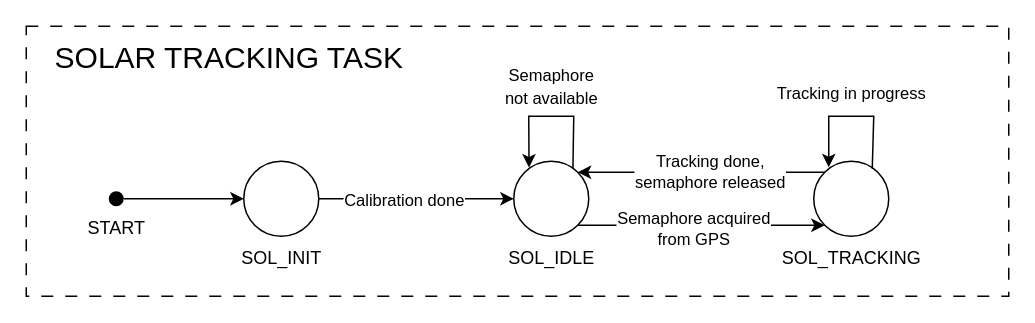
Before: a07g_images/solar_fsm.drawio in ese5160/final-project-a07g-a14g-t02-a-p-a-t-h-y, a draw.io diagram. Source tidied: cells renumbered, new cells numbered last; positions are measured from the earlier drawing's top-left corner, leaving out a move shared by most shapes. Both pictures are drawn from the tidied source at 150%, with x=0, y=0 at pixel (26, 26).
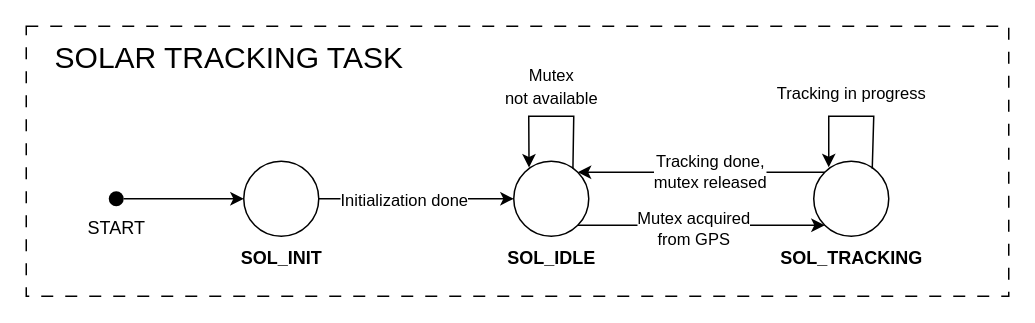
Above is the later version.

Commit message (it also covers changes not shown here):
upated gps, solar fsms

The change refers to these unchanged cells:
```xml
<mxCell id="9" style="endArrow=classic;html=1;rounded=0;exitX=1;exitY=0.5;exitDx=0;exitDy=0;entryX=0;entryY=0.5;entryDx=0;entryDy=0;" parent="1" edge="1" source="4" target="8">
  <mxGeometry relative="1" as="geometry" />
</mxCell>
<mxCell id="13" style="endArrow=classic;html=1;rounded=0;entryX=0;entryY=1;entryDx=0;entryDy=0;exitX=1;exitY=1;exitDx=0;exitDy=0;" parent="1" edge="1" source="8" target="12">
  <mxGeometry relative="1" as="geometry" />
</mxCell>
<mxCell id="15" style="endArrow=classic;html=1;rounded=0;exitX=0;exitY=0;exitDx=0;exitDy=0;entryX=1;entryY=0;entryDx=0;entryDy=0;" parent="1" edge="1" source="12" target="8">
  <mxGeometry relative="1" as="geometry" />
</mxCell>
```

Diff of the diagram source:
```diff
@@
-    <mxCell id="6" value="SOL_INIT" style="text;html=1;align=center;verticalAlign=middle;strokeColor=none;fillColor=none;" parent="1" vertex="1">
+    <mxCell id="6" value="SOL_INIT" style="text;html=1;align=center;verticalAlign=middle;strokeColor=none;fillColor=none;fontStyle=1;" parent="1" vertex="1">
       <mxGeometry x="130" y="140" width="80" height="30" as="geometry" />
     </mxCell>
@@
-    <mxCell id="10" value="Calibration done" style="edgeLabel;html=1;align=center;verticalAlign=middle;" parent="9" vertex="1">
+    <mxCell id="10" value="Initialization done" style="edgeLabel;html=1;align=center;verticalAlign=middle;" parent="9" vertex="1">
       <mxGeometry x="-0.27" y="1" relative="1" as="geometry">
         <mxPoint x="9" y="1" as="offset" />
       </mxGeometry>
     </mxCell>
-    <mxCell id="11" value="SOL_IDLE" style="text;html=1;align=center;verticalAlign=middle;strokeColor=none;fillColor=none;" parent="1" vertex="1">
+    <mxCell id="11" value="SOL_IDLE" style="text;html=1;align=center;verticalAlign=middle;strokeColor=none;fillColor=none;fontStyle=1;" parent="1" vertex="1">
       <mxGeometry x="310" y="140" width="80" height="30" as="geometry" />
     </mxCell>
@@
-    <mxCell id="14" value="Semaphore acquired&lt;div&gt;from GPS&lt;/div&gt;" style="edgeLabel;html=1;align=center;verticalAlign=middle;" parent="13" vertex="1">
+    <mxCell id="14" value="Mutex acquired&lt;div&gt;from GPS&lt;/div&gt;" style="edgeLabel;html=1;align=center;verticalAlign=middle;" parent="13" vertex="1">
       <mxGeometry x="-0.21" y="-1" relative="1" as="geometry">
         <mxPoint x="12" y="1" as="offset" />
       </mxGeometry>
     </mxCell>
@@
-    <mxCell id="16" value="Tracking done,&lt;div&gt;semaphore released&lt;/div&gt;" style="edgeLabel;html=1;align=center;verticalAlign=middle;" parent="15" vertex="1">
+    <mxCell id="16" value="Tracking done,&lt;div&gt;mutex released&lt;/div&gt;" style="edgeLabel;html=1;align=center;verticalAlign=middle;" parent="15" vertex="1">
       <mxGeometry x="0.23" y="-1" relative="1" as="geometry">
         <mxPoint x="24" as="offset" />
       </mxGeometry>
     </mxCell>
-    <mxCell id="17" value="SOL_TRACKING" style="text;html=1;align=center;verticalAlign=middle;strokeColor=none;fillColor=none;" parent="1" vertex="1">
+    <mxCell id="17" value="SOL_TRACKING" style="text;html=1;align=center;verticalAlign=middle;strokeColor=none;fillColor=none;fontStyle=1;" parent="1" vertex="1">
       <mxGeometry x="490" y="140" width="120" height="30" as="geometry" />
     </mxCell>
@@
-    <mxCell id="19" value="&lt;font style=&quot;font-size: 11px;&quot;&gt;Semaphore&lt;/font&gt;&lt;div&gt;&lt;font style=&quot;font-size: 11px;&quot;&gt;not available&lt;/font&gt;&lt;/div&gt;" style="text;html=1;align=center;verticalAlign=middle;strokeColor=none;fillColor=none;" parent="1" vertex="1">
+    <mxCell id="19" value="&lt;font style=&quot;font-size: 11px;&quot;&gt;Mutex&lt;/font&gt;&lt;div&gt;&lt;font style=&quot;font-size: 11px;&quot;&gt;not available&lt;/font&gt;&lt;/div&gt;" style="text;html=1;align=center;verticalAlign=middle;strokeColor=none;fillColor=none;" parent="1" vertex="1">
       <mxGeometry x="305" y="20" width="90" height="40" as="geometry" />
     </mxCell>
```
